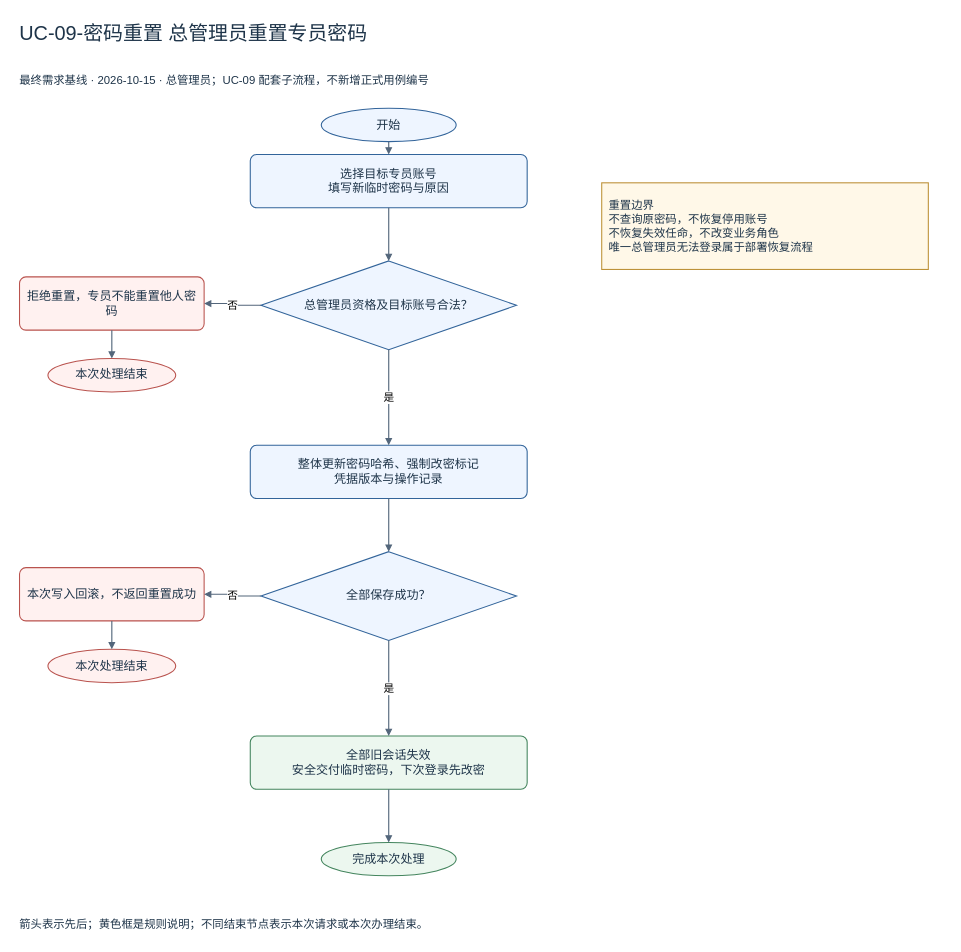
Before: page "UC-09-密码重置 总管理员重置权限管理员密码" (4 of 5) of docs/flows-v1/UC-09_管理员登录与退出_流程图.drawio in Noah-hope/RBAC-admin, a draw.io diagram. Source tidied: cells renumbered, new cells numbered last; positions are measured from the earlier drawing's top-left corner, leaving out a move shared by most shapes. Both pictures are drawn from the tidied source at 71%, with x=0, y=0 at pixel (12, 12).
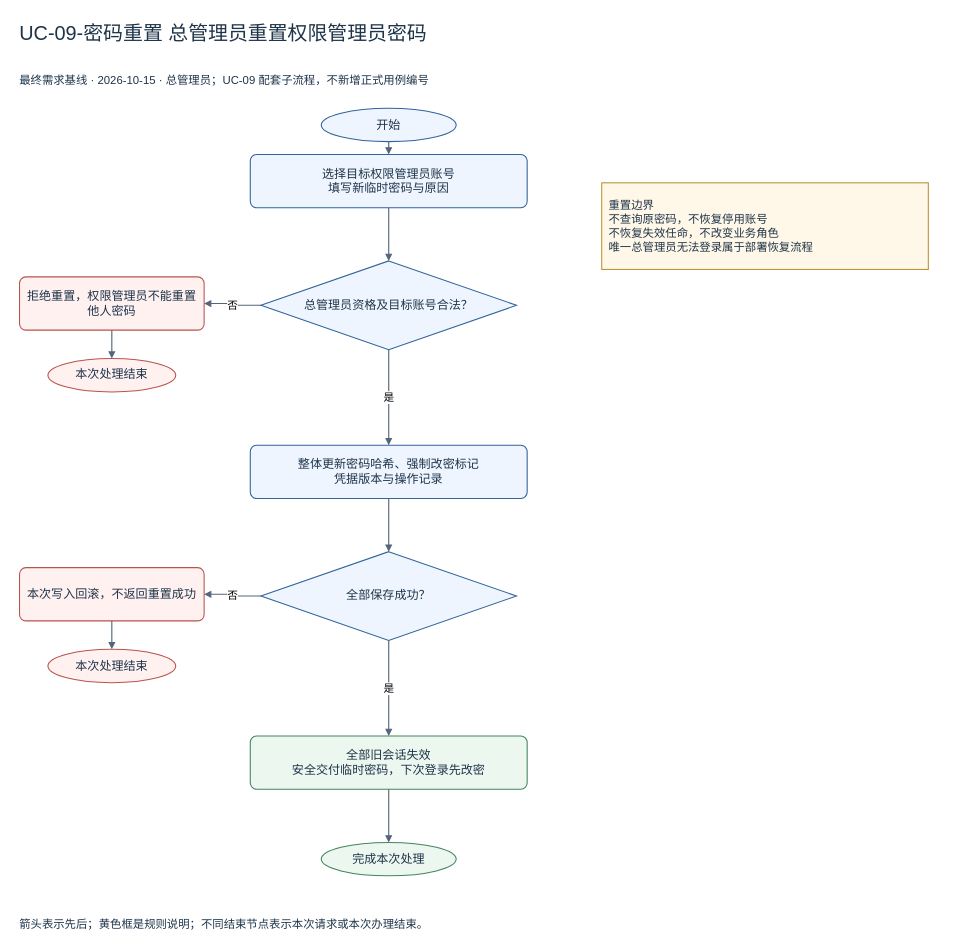
After the change.

Diff of the diagram source:
```diff
@@
-    <mxCell id="2" value="UC-09-密码重置 总管理员重置专员密码" style="text;html=1;whiteSpace=wrap;fontFamily=Microsoft YaHei;fontSize=17;fontColor=#1e3449;align=center;verticalAlign=middle;spacing=10;fillColor=#eef5ff;strokeColor=#32649a;strokeWidth=1.5;fillColor=none;strokeColor=none;align=left;fontSize=28;" parent="1" vertex="1">
+    <mxCell id="2" value="UC-09-密码重置 总管理员重置权限管理员密码" style="text;html=1;whiteSpace=wrap;fontFamily=Microsoft YaHei;fontSize=17;fontColor=#1e3449;align=center;verticalAlign=middle;spacing=10;fillColor=#eef5ff;strokeColor=#32649a;strokeWidth=1.5;fillColor=none;strokeColor=none;align=left;fontSize=28;" parent="1" vertex="1">
       <mxGeometry width="1320" height="60" as="geometry" />
     </mxCell>
@@
-    <mxCell id="5" value="选择目标专员账号&lt;br&gt;填写新临时密码与原因" style="rounded=1;arcSize=12;html=1;whiteSpace=wrap;fontFamily=Microsoft YaHei;fontSize=17;fontColor=#1e3449;align=center;verticalAlign=middle;spacing=10;fillColor=#eef5ff;strokeColor=#32649a;strokeWidth=1.5;" parent="1" vertex="1">
+    <mxCell id="5" value="选择目标权限管理员账号&lt;br&gt;填写新临时密码与原因" style="rounded=1;arcSize=12;html=1;whiteSpace=wrap;fontFamily=Microsoft YaHei;fontSize=17;fontColor=#1e3449;align=center;verticalAlign=middle;spacing=10;fillColor=#eef5ff;strokeColor=#32649a;strokeWidth=1.5;" parent="1" vertex="1">
       <mxGeometry x="335" y="200" width="390" height="75" as="geometry" />
     </mxCell>
@@
-    <mxCell id="7" value="拒绝重置，专员不能重置他人密码" style="rounded=1;arcSize=12;html=1;whiteSpace=wrap;fontFamily=Microsoft YaHei;fontSize=17;fontColor=#1e3449;align=center;verticalAlign=middle;spacing=10;fillColor=#fff1f0;strokeColor=#b9534e;strokeWidth=1.5;" parent="1" vertex="1">
+    <mxCell id="7" value="拒绝重置，权限管理员不能重置他人密码" style="rounded=1;arcSize=12;html=1;whiteSpace=wrap;fontFamily=Microsoft YaHei;fontSize=17;fontColor=#1e3449;align=center;verticalAlign=middle;spacing=10;fillColor=#fff1f0;strokeColor=#b9534e;strokeWidth=1.5;" parent="1" vertex="1">
       <mxGeometry x="10" y="372.5" width="260" height="75" as="geometry" />
     </mxCell>
```
